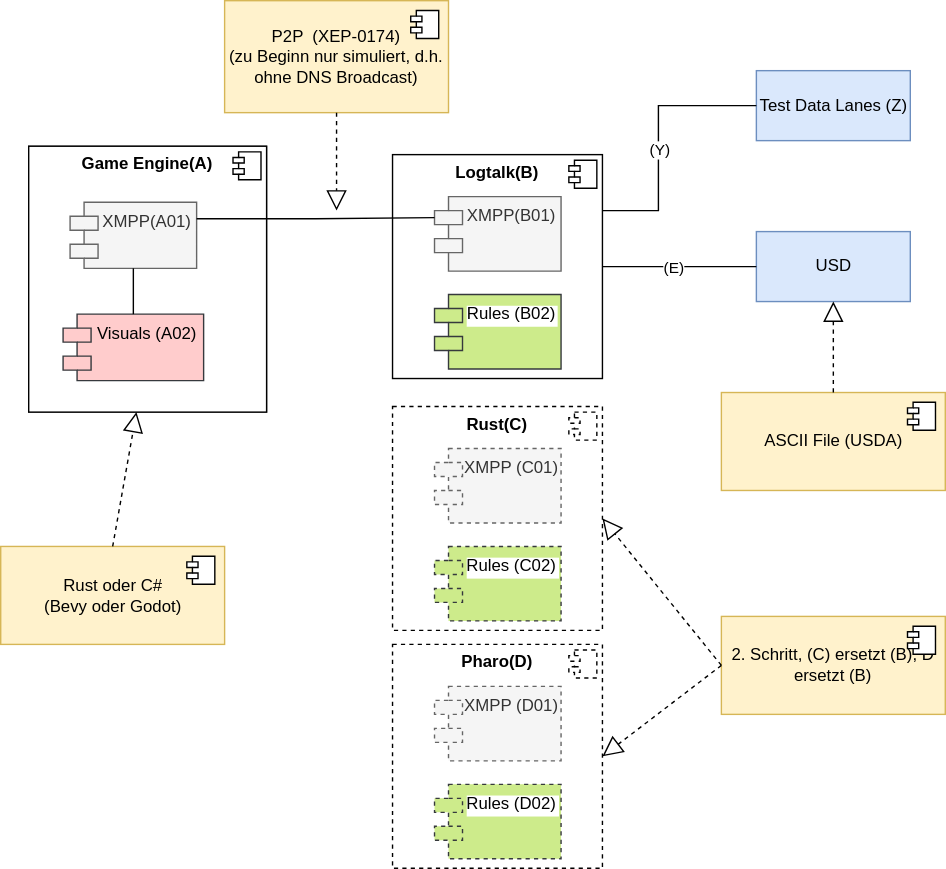
hnbeck/ECTrafficModeller keeps this draw.io diagram as doc/USD_traffic_bench.svg. Above is the earlier version. Source tidied: cells renumbered, new cells last; positions are measured from the earlier drawing's top-left corner, leaving out a move shared by most shapes.
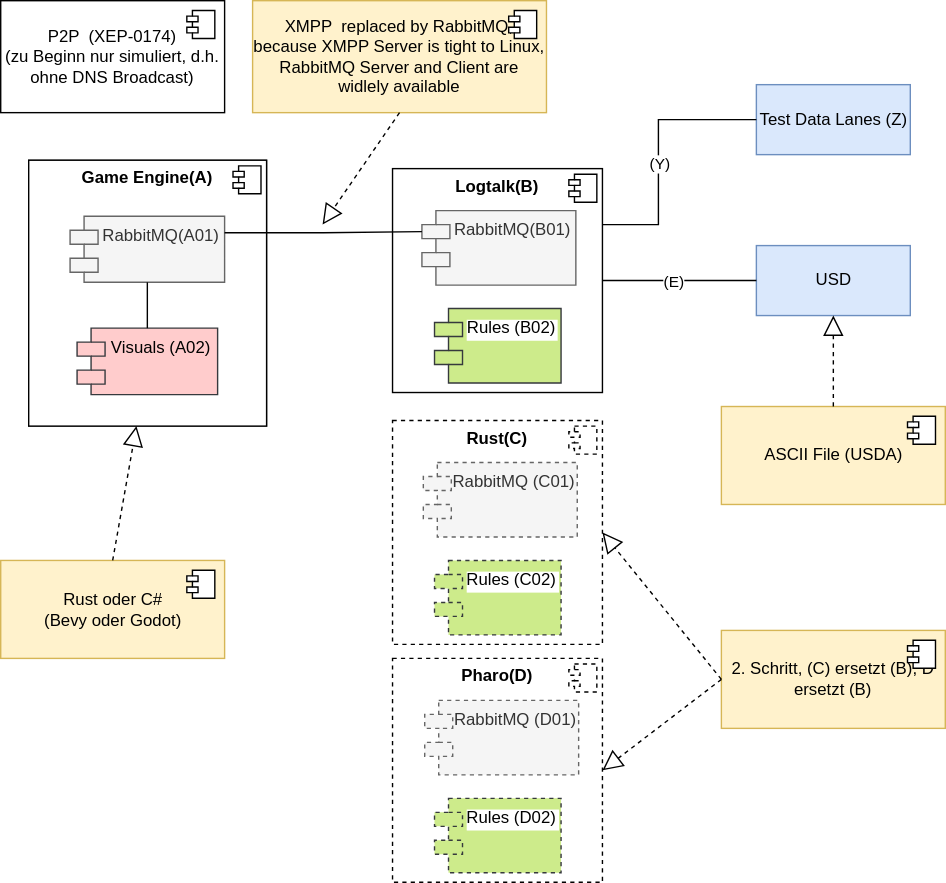
The same diagram one commit later.

Change to the diagram source:
```diff
@@ -13,8 +13,8 @@
         <mxPoint x="-24" y="4" as="offset" />
       </mxGeometry>
     </mxCell>
-    <mxCell id="5" value="XMPP(B01)" style="shape=module;align=left;spacingLeft=20;align=center;verticalAlign=top;rounded=0;flipV=0;flipH=0;fillColor=#f5f5f5;fontColor=#333333;strokeColor=#666666;" parent="2" vertex="1">
-      <mxGeometry x="30" y="30" width="90.4" height="53.2" as="geometry" />
+    <mxCell id="5" value="RabbitMQ(B01)" style="shape=module;align=left;spacingLeft=20;align=center;verticalAlign=top;rounded=0;flipV=0;flipH=0;fillColor=#f5f5f5;fontColor=#333333;strokeColor=#666666;" parent="2" vertex="1">
+      <mxGeometry x="21" y="30" width="110" height="53.2" as="geometry" />
     </mxCell>
     <mxCell id="6" value="Rules (B02)" style="shape=module;align=left;spacingLeft=20;align=center;verticalAlign=top;rounded=0;flipV=0;flipH=0;fillColor=#cdeb8b;strokeColor=#36393d;labelBackgroundColor=default;" parent="2" vertex="1">
       <mxGeometry x="30" y="100" width="90.4" height="53.2" as="geometry" />
@@ -30,11 +30,11 @@
         <mxPoint x="-24" y="4" as="offset" />
       </mxGeometry>
     </mxCell>
-    <mxCell id="10" value="XMPP(A01)" style="shape=module;align=left;spacingLeft=20;align=center;verticalAlign=top;rounded=0;fillColor=#f5f5f5;fontColor=#333333;strokeColor=#666666;" parent="7" vertex="1">
-      <mxGeometry x="29.6" y="40" width="90.4" height="47.2" as="geometry" />
+    <mxCell id="10" value="RabbitMQ(A01)" style="shape=module;align=left;spacingLeft=20;align=center;verticalAlign=top;rounded=0;fillColor=#f5f5f5;fontColor=#333333;strokeColor=#666666;" parent="7" vertex="1">
+      <mxGeometry x="29.6" y="40" width="110.4" height="47.2" as="geometry" />
     </mxCell>
     <mxCell id="11" value="Visuals (A02)" style="shape=module;align=left;spacingLeft=20;align=center;verticalAlign=top;fillColor=#ffcccc;strokeColor=#36393d;" parent="7" vertex="1">
-      <mxGeometry x="24.6" y="120" width="100.4" height="47.5" as="geometry" />
+      <mxGeometry x="34.6" y="120" width="100.4" height="47.5" as="geometry" />
     </mxCell>
     <mxCell id="12" style="endArrow=none;html=1;edgeStyle=orthogonalEdgeStyle;exitX=0.5;exitY=1;exitDx=0;exitDy=0;rounded=0;entryX=0.5;entryY=0;entryDx=0;entryDy=0;" parent="7" edge="1" source="10" target="11">
       <mxGeometry relative="1" as="geometry" />
@@ -73,19 +73,14 @@
     <mxCell id="22" style="endArrow=block;dashed=1;endFill=0;endSize=12;html=1;rounded=0;exitX=0.5;exitY=0;exitDx=0;exitDy=0;" parent="1" edge="1" source="20" target="13">
       <mxGeometry relative="1" as="geometry" />
     </mxCell>
-    <mxCell id="23" value="P2P &amp;nbsp;(XEP-0174)&lt;br&gt;(zu Beginn nur simuliert, d.h. ohne DNS Broadcast)" style="html=1;fillColor=#fff2cc;strokeColor=#d6b656;whiteSpace=wrap;" parent="1" vertex="1">
-      <mxGeometry x="160" width="160" height="80" as="geometry" />
+    <mxCell id="23" value="P2P &amp;nbsp;(XEP-0174)&lt;br&gt;(zu Beginn nur simuliert, d.h. ohne DNS Broadcast)" style="html=1;whiteSpace=wrap;" parent="1" vertex="1">
+      <mxGeometry y="-10" width="160" height="80" as="geometry" />
     </mxCell>
     <mxCell id="24" style="shape=module;jettyWidth=8;jettyHeight=4;" parent="23" vertex="1">
       <mxGeometry x="1" width="20" height="20" relative="1" as="geometry">
         <mxPoint x="-27" y="7" as="offset" />
       </mxGeometry>
     </mxCell>
-    <mxCell id="25" style="endArrow=block;dashed=1;endFill=0;endSize=12;html=1;rounded=0;exitX=0.5;exitY=1;exitDx=0;exitDy=0;" parent="1" edge="1" source="23">
-      <mxGeometry relative="1" as="geometry">
-        <mxPoint x="240" y="150" as="targetPoint" />
-      </mxGeometry>
-    </mxCell>
     <mxCell id="26" style="group;rounded=0;flipV=0;flipH=0;" parent="1" vertex="1">
       <mxGeometry x="280" y="290" width="170" height="160" as="geometry" />
     </mxCell>
@@ -97,8 +92,8 @@
         <mxPoint x="-24" y="4" as="offset" />
       </mxGeometry>
     </mxCell>
-    <mxCell id="29" value="XMPP (C01)" style="shape=module;align=left;spacingLeft=20;align=center;verticalAlign=top;rounded=0;flipV=0;flipH=0;fillColor=#f5f5f5;fontColor=#333333;strokeColor=#666666;dashed=1;" parent="26" vertex="1">
-      <mxGeometry x="30" y="30" width="90.4" height="53.2" as="geometry" />
+    <mxCell id="29" value="RabbitMQ (C01)" style="shape=module;align=left;spacingLeft=20;align=center;verticalAlign=top;rounded=0;flipV=0;flipH=0;fillColor=#f5f5f5;fontColor=#333333;strokeColor=#666666;dashed=1;" parent="26" vertex="1">
+      <mxGeometry x="22" y="30" width="110" height="53.2" as="geometry" />
     </mxCell>
     <mxCell id="30" value="Rules (C02)" style="shape=module;align=left;spacingLeft=20;align=center;verticalAlign=top;rounded=0;flipV=0;flipH=0;fillColor=#cdeb8b;strokeColor=#36393d;labelBackgroundColor=default;dashed=1;" parent="26" vertex="1">
       <mxGeometry x="30" y="100" width="90.4" height="53.2" as="geometry" />
@@ -114,8 +109,8 @@
         <mxPoint x="-24" y="4" as="offset" />
       </mxGeometry>
     </mxCell>
-    <mxCell id="34" value="XMPP (D01)" style="shape=module;align=left;spacingLeft=20;align=center;verticalAlign=top;rounded=0;flipV=0;flipH=0;fillColor=#f5f5f5;fontColor=#333333;strokeColor=#666666;dashed=1;" parent="31" vertex="1">
-      <mxGeometry x="30" y="30" width="90.4" height="53.2" as="geometry" />
+    <mxCell id="34" value="RabbitMQ (D01)" style="shape=module;align=left;spacingLeft=20;align=center;verticalAlign=top;rounded=0;flipV=0;flipH=0;fillColor=#f5f5f5;fontColor=#333333;strokeColor=#666666;dashed=1;" parent="31" vertex="1">
+      <mxGeometry x="23" y="30" width="110" height="53.2" as="geometry" />
     </mxCell>
     <mxCell id="35" value="Rules (D02)" style="shape=module;align=left;spacingLeft=20;align=center;verticalAlign=top;rounded=0;flipV=0;flipH=0;fillColor=#cdeb8b;strokeColor=#36393d;labelBackgroundColor=default;dashed=1;" parent="31" vertex="1">
       <mxGeometry x="30" y="100" width="90.4" height="53.2" as="geometry" />
@@ -148,5 +143,18 @@
     <mxCell id="42" value="(Y)" style="edgeLabel;html=1;align=center;verticalAlign=middle;" parent="41" vertex="1">
       <mxGeometry x="-0.09" relative="1" as="geometry" />
     </mxCell>
+    <mxCell id="43" value="XMPP &amp;nbsp;replaced by RabbitMQ, because XMPP Server is tight to Linux, RabbitMQ Server and Client are widlely available" style="html=1;fillColor=#fff2cc;strokeColor=#d6b656;whiteSpace=wrap;" parent="1" vertex="1">
+      <mxGeometry x="180" y="-10" width="210" height="80" as="geometry" />
+    </mxCell>
+    <mxCell id="44" style="shape=module;jettyWidth=8;jettyHeight=4;" parent="43" vertex="1">
+      <mxGeometry x="1" width="20" height="20" relative="1" as="geometry">
+        <mxPoint x="-27" y="7" as="offset" />
+      </mxGeometry>
+    </mxCell>
+    <mxCell id="45" style="endArrow=block;dashed=1;endFill=0;endSize=12;html=1;rounded=0;exitX=0.5;exitY=1;exitDx=0;exitDy=0;" parent="1" edge="1" source="43">
+      <mxGeometry relative="1" as="geometry">
+        <mxPoint x="230" y="150" as="targetPoint" />
+      </mxGeometry>
+    </mxCell>
   </root>
 </mxGraphModel>
```
